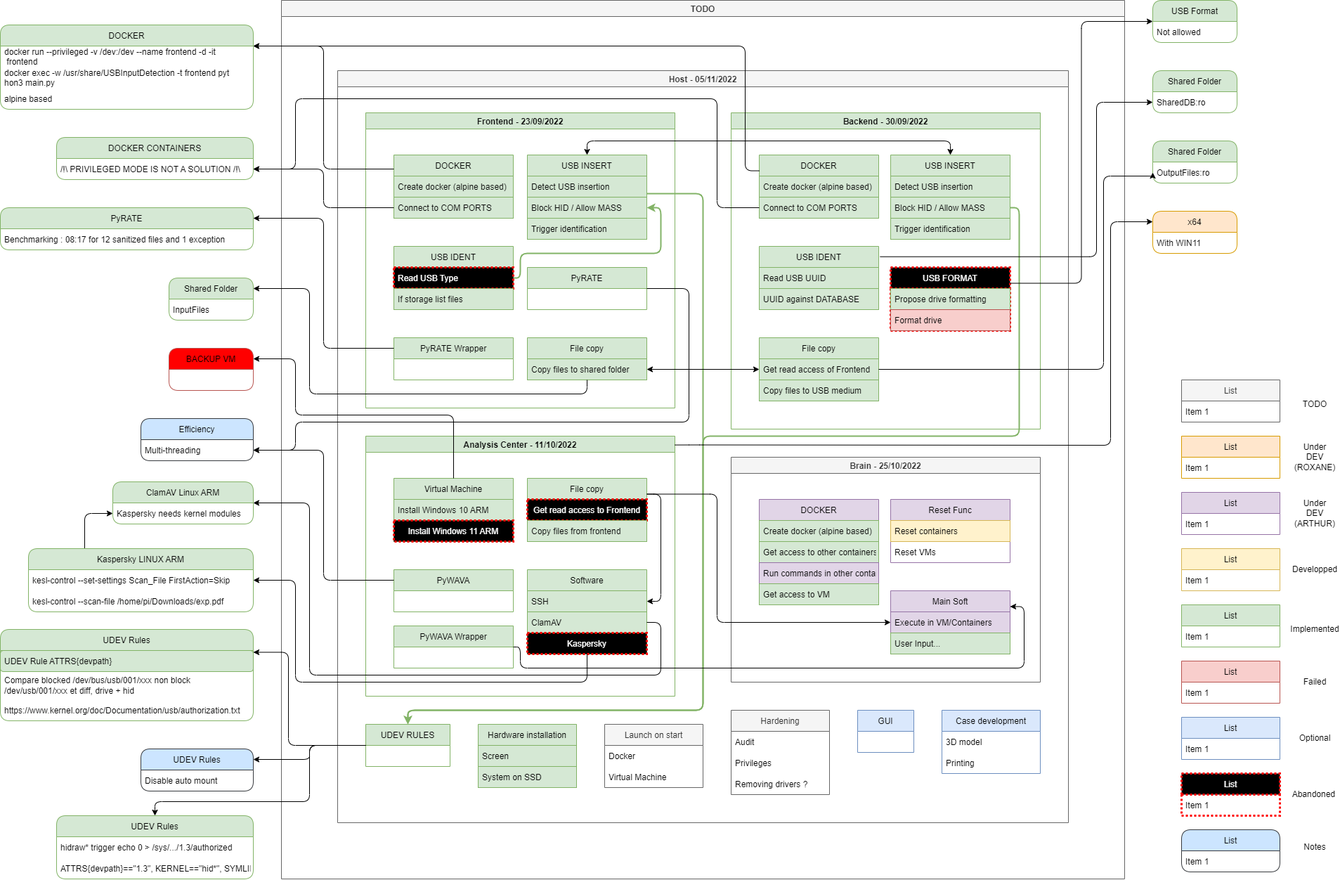
Earlier version of the draw.io export Images/status.png (PetitPrinc3/Asterix). Source tidied: cells renumbered, new cells last; positions are measured from the earlier drawing's top-left corner, leaving out a move shared by most shapes.
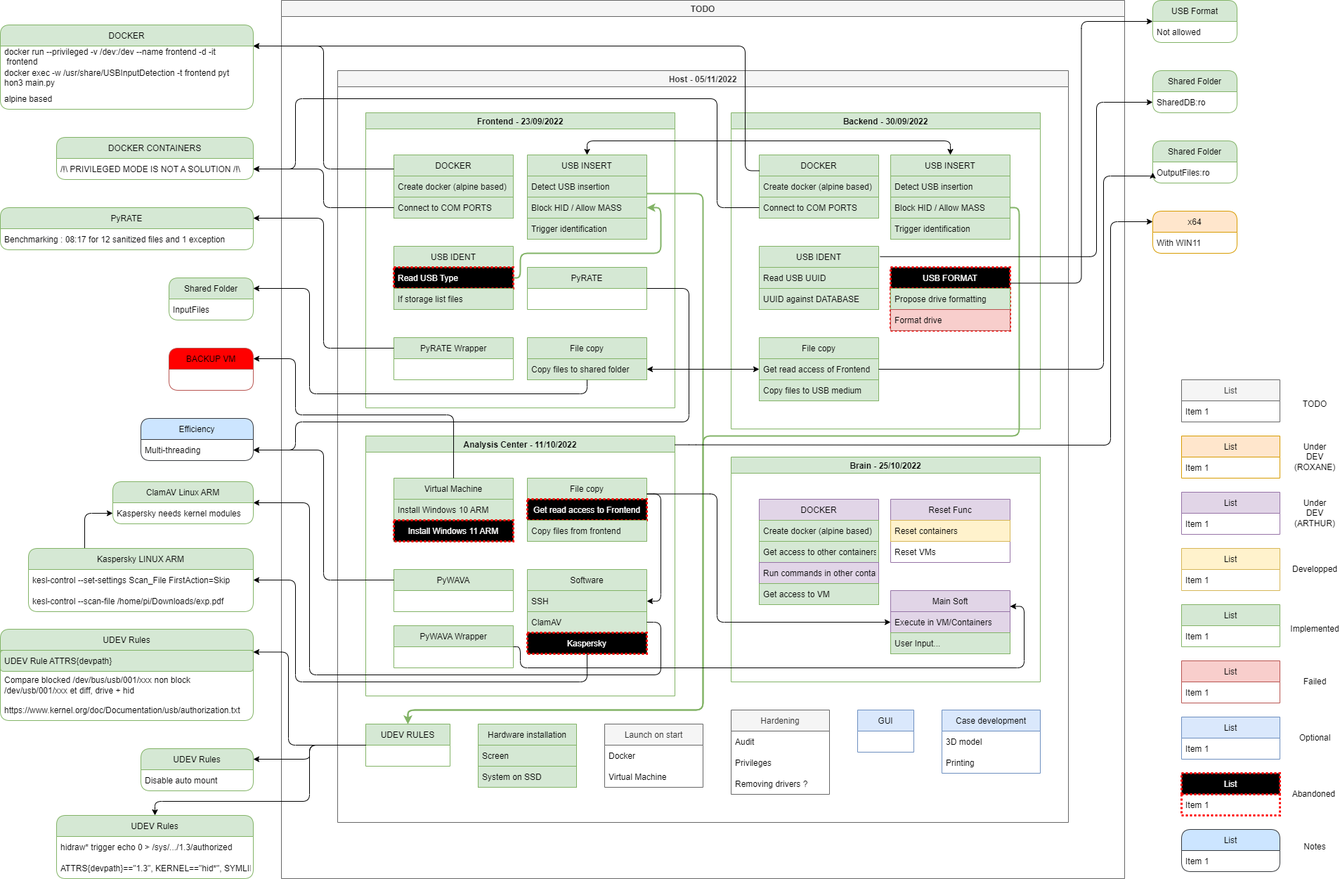
The same diagram one commit later.

The edit, as a diff of the source:
```diff
@@ -156,7 +156,7 @@
     <mxCell id="50" value="Kaspersky" style="text;strokeColor=#FF0000;fillColor=#000000;align=center;verticalAlign=middle;spacingLeft=4;spacingRight=4;overflow=hidden;fontColor=#FFFFFF;fontStyle=0;startSize=30;dashed=1;dashPattern=1 1;strokeWidth=3;" parent="47" vertex="1">
       <mxGeometry y="90" width="170" height="30" as="geometry" />
     </mxCell>
-    <mxCell id="51" value="Brain - 25/10/2022" style="swimlane;startSize=23;fillColor=#f5f5f5;fontColor=#333333;strokeColor=#666666;" parent="3" vertex="1">
+    <mxCell id="51" value="Brain - 25/10/2022" style="swimlane;startSize=23;fillColor=#d5e8d4;strokeColor=#82b366;" parent="3" vertex="1">
       <mxGeometry x="560" y="550" width="440" height="320" as="geometry" />
     </mxCell>
     <mxCell id="52" value="Main Soft" style="swimlane;fontStyle=0;horizontal=1;startSize=30;fillColor=#e1d5e7;strokeColor=#9673a6;" parent="51" vertex="1">
@@ -465,7 +465,7 @@
         </Array>
       </mxGeometry>
     </mxCell>
-    <mxCell id="134" value="UDEV Rules" style="swimlane;fontStyle=0;horizontal=1;startSize=30;rounded=1;fillColor=#cce5ff;strokeColor=#36393d;" parent="1" vertex="1">
+    <mxCell id="134" value="UDEV Rules" style="swimlane;fontStyle=0;horizontal=1;startSize=30;rounded=1;fillColor=#d5e8d4;strokeColor=#82b366;" parent="1" vertex="1">
       <mxGeometry x="200" y="1065" width="160" height="60" as="geometry" />
     </mxCell>
     <mxCell id="135" value="Disable auto mount" style="text;strokeColor=none;fillColor=none;align=left;verticalAlign=middle;spacingLeft=4;spacingRight=4;overflow=hidden;" parent="134" vertex="1">
```
